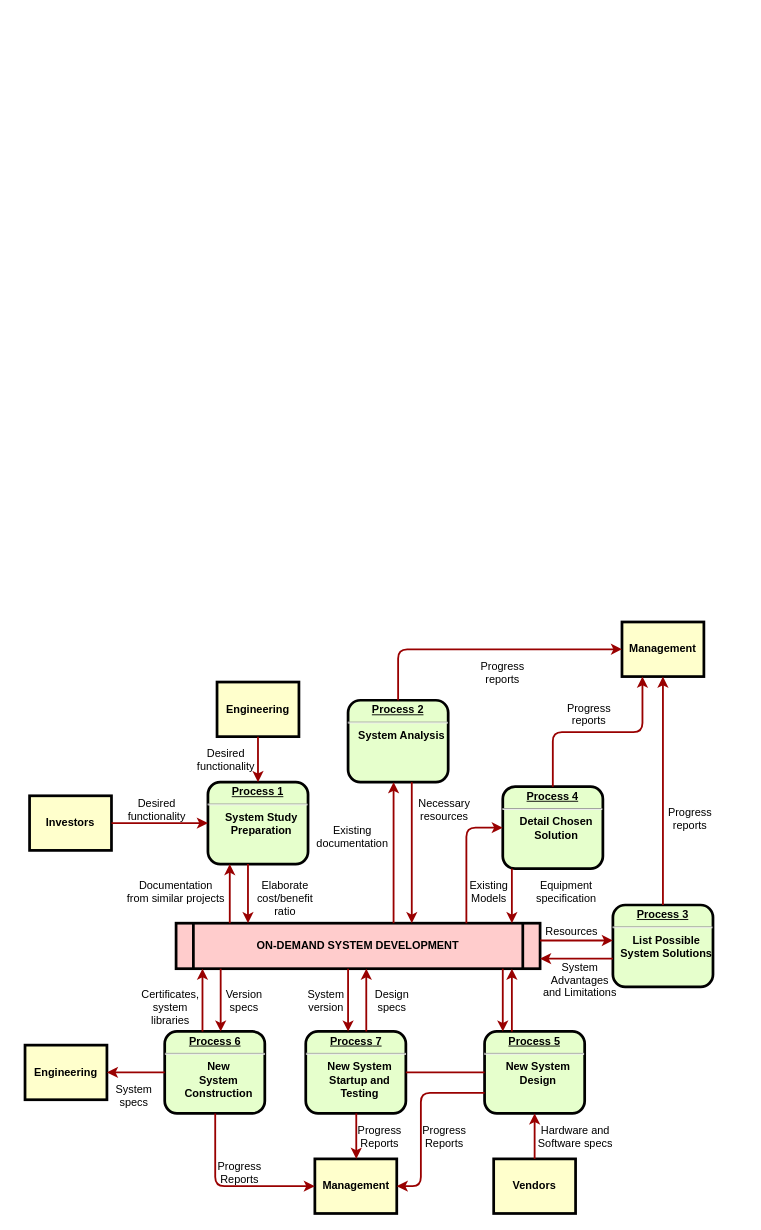
This is Untitled Diagram.drawio from ishrikanth/graphql, a draw.io file, before an edit. Source tidied: cells renumbered, new cells numbered last; positions are measured from the earlier drawing's top-left corner, leaving out a move shared by most shapes. Both pictures are drawn from the tidied source at 91%, with x=0, y=0 at pixel (25, 622).
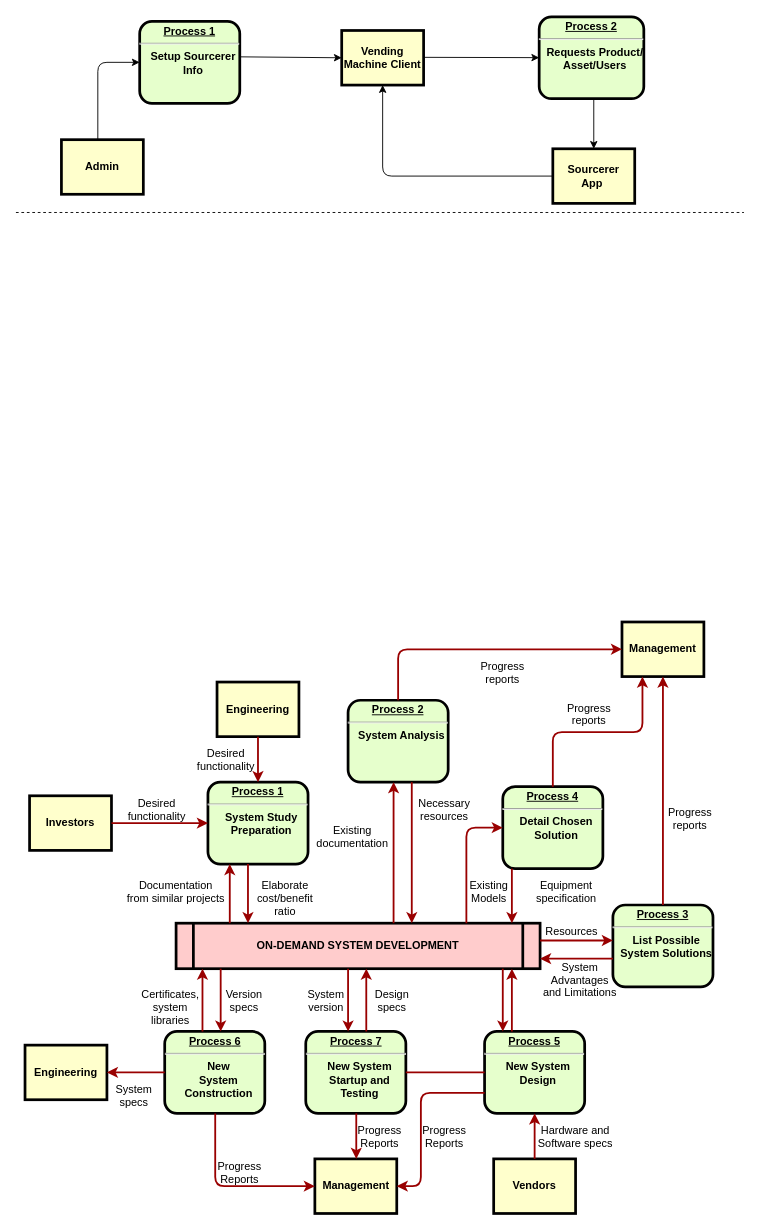
Above is the later version.

Commit message:
Data Flow Diagam.drawio

The edit, as a diff of the source:
```diff
@@
+    <mxCell id="63" value="Admin" style="whiteSpace=wrap;align=center;verticalAlign=middle;fontStyle=1;strokeWidth=3;fillColor=#FFFFCC;" parent="1" vertex="1">
+      <mxGeometry x="40" y="-530" width="90" height="60" as="geometry" />
+    </mxCell>
+    <mxCell id="64" value="Sourcerer&#10;App " style="whiteSpace=wrap;align=center;verticalAlign=middle;fontStyle=1;strokeWidth=3;fillColor=#FFFFCC;" parent="1" vertex="1">
+      <mxGeometry x="580" y="-520" width="90" height="60" as="geometry" />
+    </mxCell>
+    <mxCell id="65" value="Vending Machine Client" style="whiteSpace=wrap;align=center;verticalAlign=middle;fontStyle=1;strokeWidth=3;fillColor=#FFFFCC;" parent="1" vertex="1">
+      <mxGeometry x="348" y="-650" width="90" height="60" as="geometry" />
+    </mxCell>
+    <mxCell id="66" value="&lt;p style=&quot;margin: 0px ; margin-top: 4px ; text-align: center ; text-decoration: underline&quot;&gt;&lt;strong&gt;Process 1&lt;br&gt;&lt;/strong&gt;&lt;/p&gt;&lt;hr&gt;&lt;p style=&quot;margin: 0px ; margin-left: 8px&quot;&gt;Setup Sourcerer&lt;br&gt;Info&lt;/p&gt;" style="verticalAlign=middle;align=center;overflow=fill;fontSize=12;fontFamily=Helvetica;html=1;rounded=1;fontStyle=1;strokeWidth=3;fillColor=#E6FFCC;" parent="1" vertex="1">
+      <mxGeometry x="126" y="-660" width="110" height="90" as="geometry" />
+    </mxCell>
+    <mxCell id="67" style="endArrow=classic;html=1;entryX=0;entryY=0.5;entryDx=0;entryDy=0;" parent="1" edge="1" target="66">
+      <mxGeometry relative="1" as="geometry">
+        <mxPoint x="80" y="-530" as="sourcePoint" />
+        <Array as="points">
+          <mxPoint x="80" y="-615" />
+        </Array>
+      </mxGeometry>
+    </mxCell>
+    <mxCell id="68" style="endArrow=classic;html=1;exitX=1.009;exitY=0.433;exitDx=0;exitDy=0;exitPerimeter=0;entryX=0;entryY=0.5;entryDx=0;entryDy=0;" parent="1" edge="1" source="66" target="65">
+      <mxGeometry relative="1" as="geometry" />
+    </mxCell>
+    <mxCell id="69" value="&lt;p style=&quot;margin: 0px ; margin-top: 4px ; text-align: center ; text-decoration: underline&quot;&gt;&lt;strong&gt;Process 2&lt;br&gt;&lt;/strong&gt;&lt;/p&gt;&lt;hr&gt;&lt;p style=&quot;margin: 0px ; margin-left: 8px&quot;&gt;Requests Product/&lt;/p&gt;&lt;p style=&quot;margin: 0px ; margin-left: 8px&quot;&gt;Asset/Users&lt;/p&gt;" style="verticalAlign=middle;align=center;overflow=fill;fontSize=12;fontFamily=Helvetica;html=1;rounded=1;fontStyle=1;strokeWidth=3;fillColor=#E6FFCC;" parent="1" vertex="1">
+      <mxGeometry x="565" y="-665" width="115" height="90" as="geometry" />
+    </mxCell>
+    <mxCell id="70" style="endArrow=classic;html=1;exitX=1.009;exitY=0.433;exitDx=0;exitDy=0;exitPerimeter=0;" parent="1" edge="1" target="69">
+      <mxGeometry relative="1" as="geometry">
+        <mxPoint x="438" y="-620.5" as="sourcePoint" />
+      </mxGeometry>
+    </mxCell>
+    <mxCell id="71" style="endArrow=classic;html=1;" parent="1" edge="1">
+      <mxGeometry relative="1" as="geometry">
+        <mxPoint x="625" y="-575" as="sourcePoint" />
+        <mxPoint x="625" y="-520" as="targetPoint" />
+        <Array as="points">
+          <mxPoint x="625" y="-520" />
+        </Array>
+      </mxGeometry>
+    </mxCell>
+    <mxCell id="72" style="endArrow=classic;html=1;entryX=0.5;entryY=1;entryDx=0;entryDy=0;exitX=0;exitY=0.5;exitDx=0;exitDy=0;" parent="1" edge="1" source="64" target="65">
+      <mxGeometry relative="1" as="geometry">
+        <Array as="points">
+          <mxPoint x="393" y="-490" />
+        </Array>
+      </mxGeometry>
+    </mxCell>
+    <mxCell id="73" style="endArrow=none;dashed=1;html=1;" parent="1" edge="1">
+      <mxGeometry relative="1" as="geometry">
+        <mxPoint x="-10" y="-450" as="sourcePoint" />
+        <mxPoint x="790" y="-450" as="targetPoint" />
+      </mxGeometry>
+    </mxCell>
```
